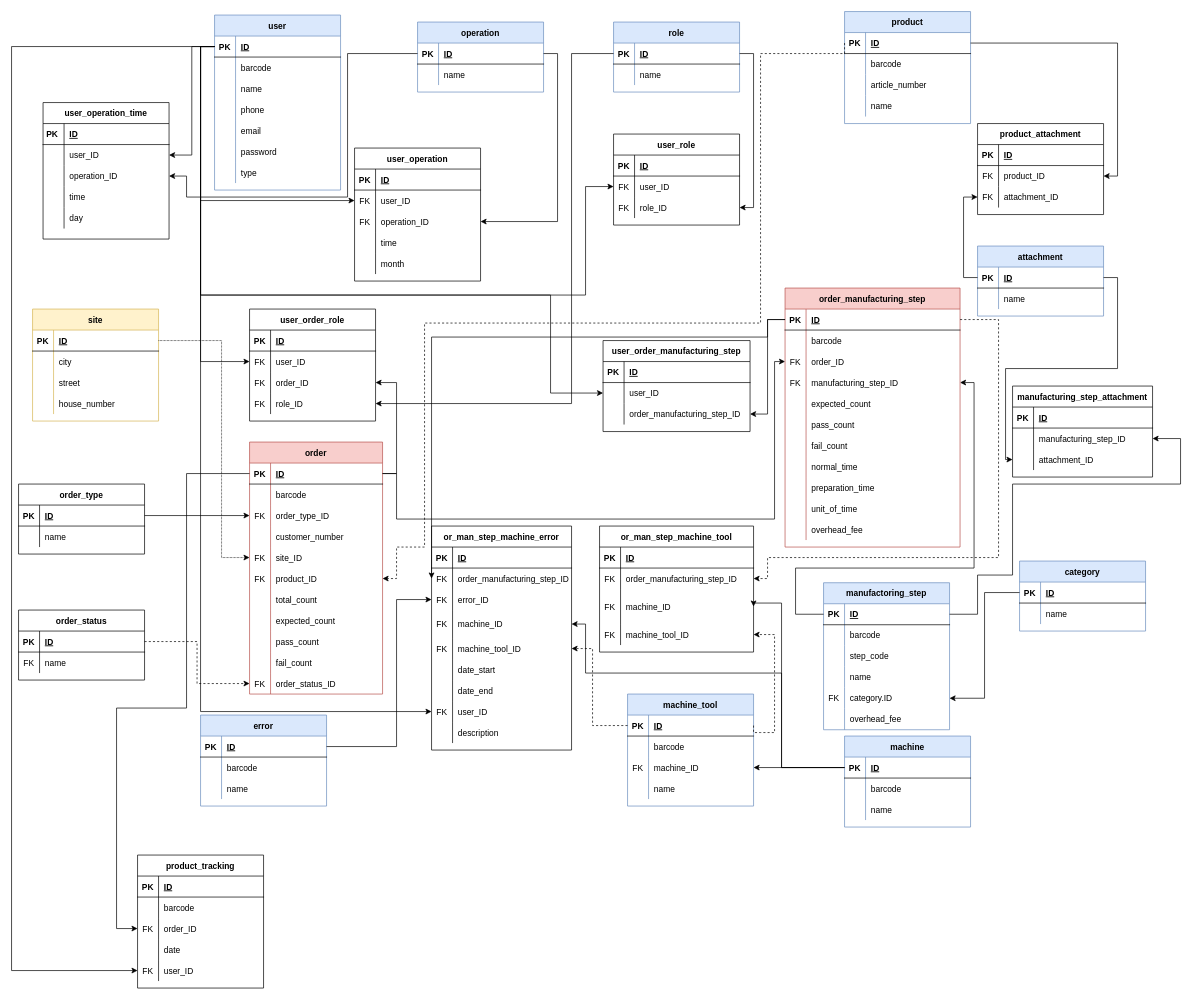
Before: DOC/diagrams/database_plan_2_0_0.drawio in KerteszZoltan/mesterminal, a draw.io diagram. Source tidied: cells renumbered, new cells numbered last; positions are measured from the earlier drawing's top-left corner, leaving out a move shared by most shapes. Both pictures are drawn from the tidied source at 70%, with x=0, y=0 at pixel (11, 11).
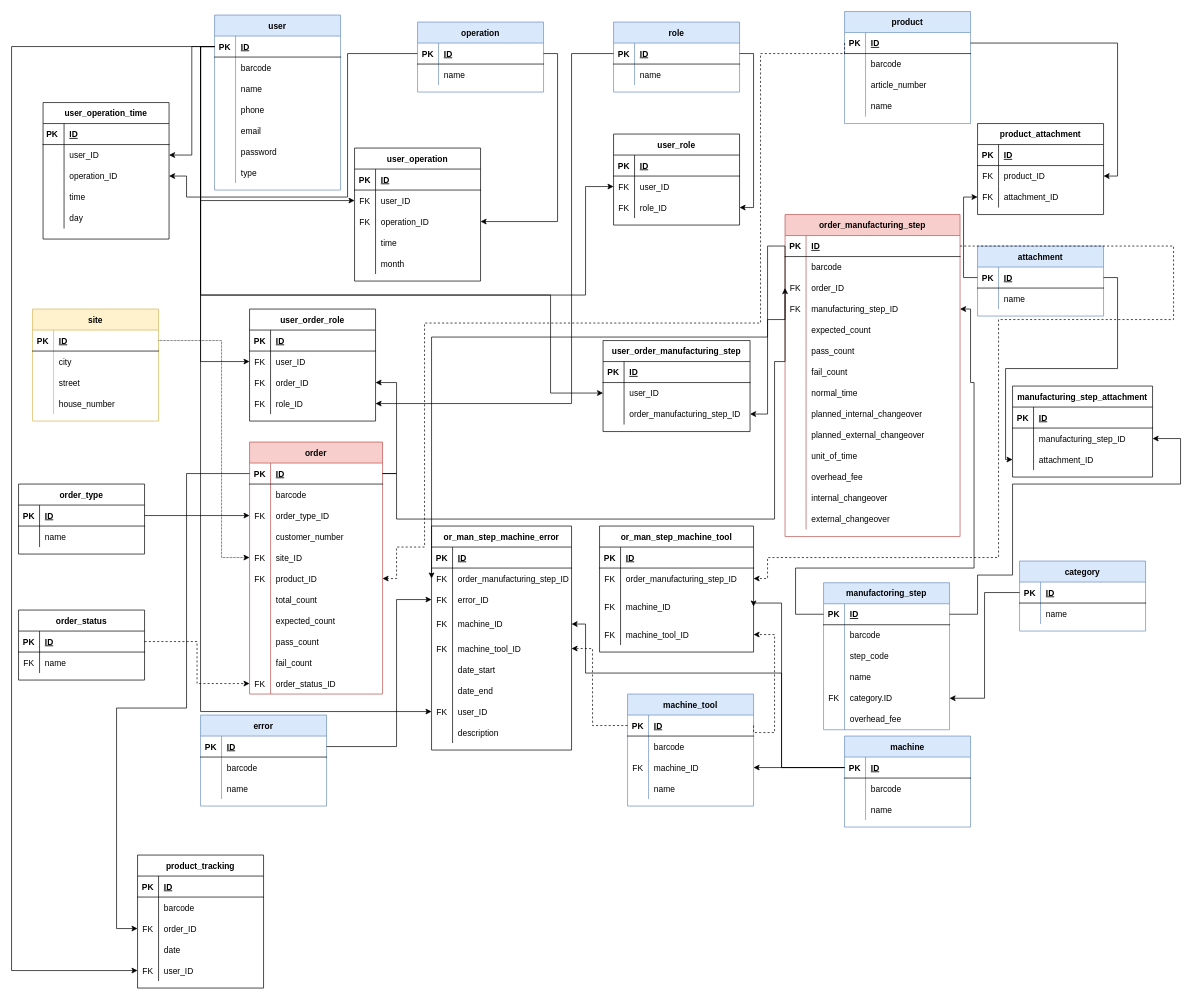
The same page after the edit.

Commit message:
internal and external changeover

Unchanged cells that the change refers to:
```xml
<mxCell id="169" style="shape=partialRectangle;fillColor=none;top=0;left=0;bottom=0;right=0;points=[[0,0.5],[1,0.5]];portConstraint=eastwest;" parent="165" vertex="1">
  <mxGeometry y="60" width="220" height="30" as="geometry" />
</mxCell>
<mxCell id="232" style="shape=partialRectangle;fillColor=none;top=0;left=0;bottom=1;right=0;points=[[0,0.5],[1,0.5]];portConstraint=eastwest;" parent="231" vertex="1">
  <mxGeometry y="30" width="180" height="30" as="geometry" />
</mxCell>
<mxCell id="259" style="shape=partialRectangle;fillColor=none;top=0;left=0;bottom=1;right=0;points=[[0,0.5],[1,0.5]];portConstraint=eastwest;" parent="258" vertex="1">
  <mxGeometry y="30" width="250" height="30" as="geometry" />
</mxCell>
<mxCell id="268" style="shape=partialRectangle;fillColor=none;top=0;left=0;bottom=0;right=0;points=[[0,0.5],[1,0.5]];portConstraint=eastwest;" parent="258" vertex="1">
  <mxGeometry y="120" width="250" height="30" as="geometry" />
</mxCell>
<mxCell id="283" style="shape=partialRectangle;fillColor=none;top=0;left=0;bottom=0;right=0;" parent="258" vertex="1">
  <mxGeometry y="270" width="250" height="30" as="geometry" />
</mxCell>
```

What changed in the source:
```diff
@@
     <mxCell id="258" value="order_manufacturing_step" style="shape=table;startSize=30;childLayout=tableLayout;rowLines=0;fontStyle=1;align=center;fillColor=#f8cecc;strokeColor=#b85450;" parent="1" vertex="1">
-      <mxGeometry x="1105" y="395" width="250" height="370" as="geometry" />
+      <mxGeometry x="1105" y="290" width="250" height="460" as="geometry" />
     </mxCell>
@@
-    <mxCell id="285" value="preparation_time" style="shape=partialRectangle;fillColor=none;top=0;left=0;bottom=0;right=0;align=left;spacingLeft=6;overflow=hidden;" parent="283" vertex="1">
+    <mxCell id="285" value="planned_internal_changeover" style="shape=partialRectangle;fillColor=none;top=0;left=0;bottom=0;right=0;align=left;spacingLeft=6;overflow=hidden;" parent="283" vertex="1">
       <mxGeometry x="30" width="220" height="30" as="geometry" />
     </mxCell>
+    <mxCell id="387" style="shape=partialRectangle;fillColor=none;top=0;left=0;bottom=0;right=0;" parent="258" vertex="1">
+      <mxGeometry y="300" width="250" height="30" as="geometry" />
+    </mxCell>
+    <mxCell id="388" style="shape=partialRectangle;fillColor=none;top=0;left=0;bottom=0;right=0;overflow=hidden;" parent="387" vertex="1">
+      <mxGeometry width="30" height="30" as="geometry" />
+    </mxCell>
+    <mxCell id="389" value="planned_external_changeover" style="shape=partialRectangle;fillColor=none;top=0;left=0;bottom=0;right=0;align=left;spacingLeft=6;overflow=hidden;" parent="387" vertex="1">
+      <mxGeometry x="30" width="220" height="30" as="geometry" />
+    </mxCell>
     <mxCell id="286" style="shape=partialRectangle;fillColor=none;top=0;left=0;bottom=0;right=0;strokeColor=default;fontColor=default;" parent="258" vertex="1">
-      <mxGeometry y="300" width="250" height="30" as="geometry" />
+      <mxGeometry y="330" width="250" height="30" as="geometry" />
     </mxCell>
@@
     <mxCell id="289" style="shape=partialRectangle;fillColor=none;top=0;left=0;bottom=0;right=0;" parent="258" vertex="1">
-      <mxGeometry y="330" width="250" height="30" as="geometry" />
+      <mxGeometry y="360" width="250" height="30" as="geometry" />
     </mxCell>
@@
+    <mxCell id="390" style="shape=partialRectangle;fillColor=none;top=0;left=0;bottom=0;right=0;" parent="258" vertex="1">
+      <mxGeometry y="390" width="250" height="30" as="geometry" />
+    </mxCell>
+    <mxCell id="391" style="shape=partialRectangle;fillColor=none;top=0;left=0;bottom=0;right=0;overflow=hidden;" parent="390" vertex="1">
+      <mxGeometry width="30" height="30" as="geometry" />
+    </mxCell>
+    <mxCell id="392" value="internal_changeover" style="shape=partialRectangle;fillColor=none;top=0;left=0;bottom=0;right=0;align=left;spacingLeft=6;overflow=hidden;" parent="390" vertex="1">
+      <mxGeometry x="30" width="220" height="30" as="geometry" />
+    </mxCell>
+    <mxCell id="393" style="shape=partialRectangle;fillColor=none;top=0;left=0;bottom=0;right=0;" parent="258" vertex="1">
+      <mxGeometry y="420" width="250" height="30" as="geometry" />
+    </mxCell>
+    <mxCell id="394" style="shape=partialRectangle;fillColor=none;top=0;left=0;bottom=0;right=0;overflow=hidden;" parent="393" vertex="1">
+      <mxGeometry width="30" height="30" as="geometry" />
+    </mxCell>
+    <mxCell id="395" value="external_changeover" style="shape=partialRectangle;fillColor=none;top=0;left=0;bottom=0;right=0;align=left;spacingLeft=6;overflow=hidden;" parent="393" vertex="1">
+      <mxGeometry x="30" width="220" height="30" as="geometry" />
+    </mxCell>
@@
     <mxCell id="293" style="edgeStyle=orthogonalEdgeStyle;rounded=0;jettySize=auto;html=1;exitX=0;exitY=0.5;exitDx=0;exitDy=0;entryX=1;entryY=0.5;entryDx=0;entryDy=0;" parent="1" edge="1" source="232" target="268">
       <mxGeometry relative="1" as="geometry">
         <Array as="points">
           <mxPoint x="1120" y="861" />
           <mxPoint x="1120" y="795" />
           <mxPoint x="1375" y="795" />
           <mxPoint x="1375" y="530" />
+          <mxPoint x="1370" y="530" />
+          <mxPoint x="1370" y="425" />
         </Array>
       </mxGeometry>
     </mxCell>
@@
     <mxCell id="336" style="edgeStyle=orthogonalEdgeStyle;rounded=0;jettySize=auto;html=1;exitX=1;exitY=0.5;exitDx=0;exitDy=0;entryX=1;entryY=0.5;entryDx=0;entryDy=0;dashed=1;" parent="1" edge="1" source="259" target="169">
       <mxGeometry relative="1" as="geometry">
         <Array as="points">
+          <mxPoint x="1660" y="335" />
+          <mxPoint x="1660" y="440" />
           <mxPoint x="1410" y="440" />
           <mxPoint x="1410" y="780" />
           <mxPoint x="1080" y="780" />
           <mxPoint x="1080" y="810" />
         </Array>
       </mxGeometry>
     </mxCell>
```
